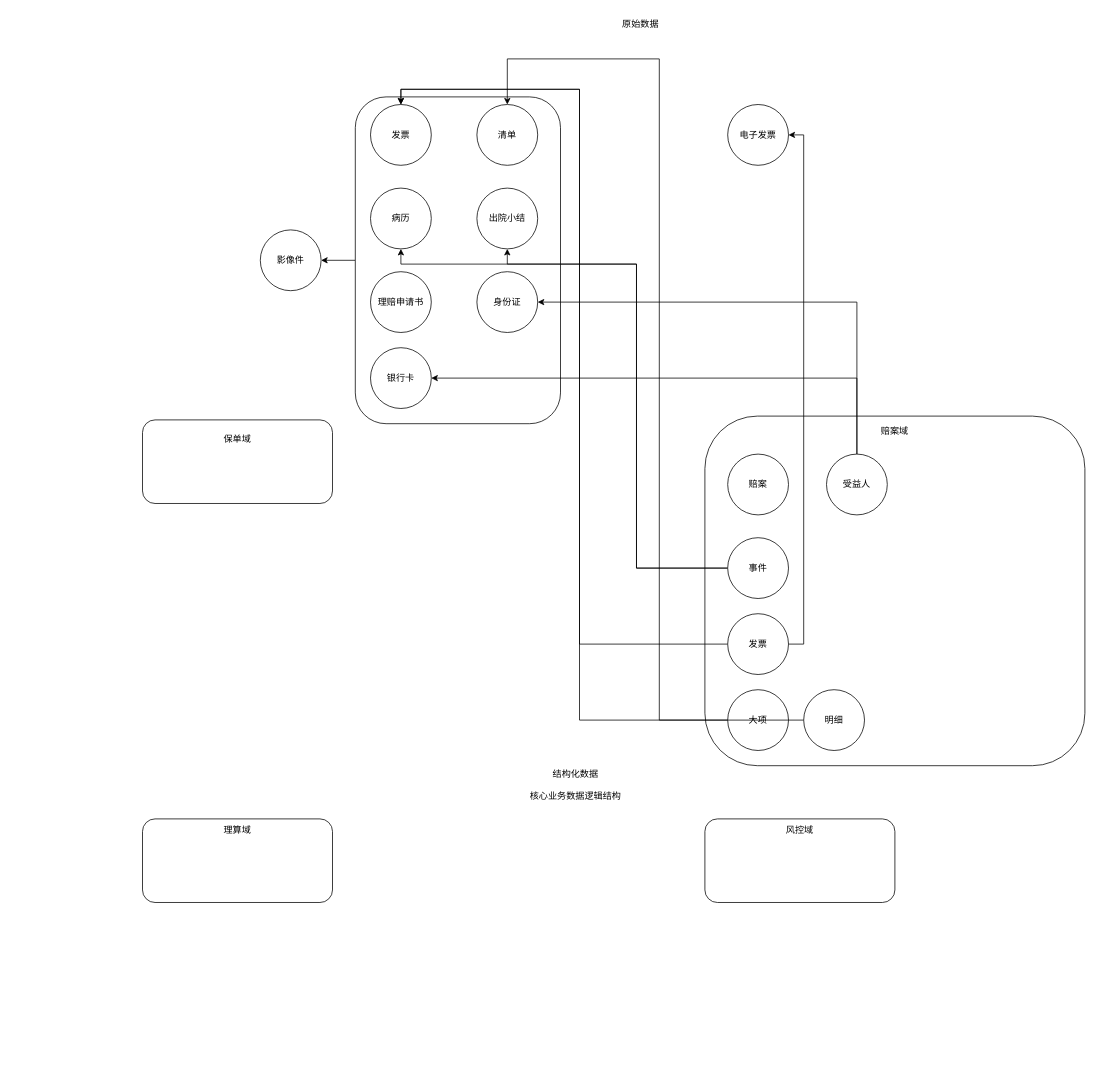
The draw.io diagram 商保全域数据结构.drawio in XiaoLiuAI/diagrams, before the edit. Source tidied: cells renumbered, new cells numbered last; positions are measured from the earlier drawing's top-left corner, leaving out a move shared by most shapes. Both pictures are drawn from the tidied source at 76%, with x=0, y=0 at pixel (142, 13).
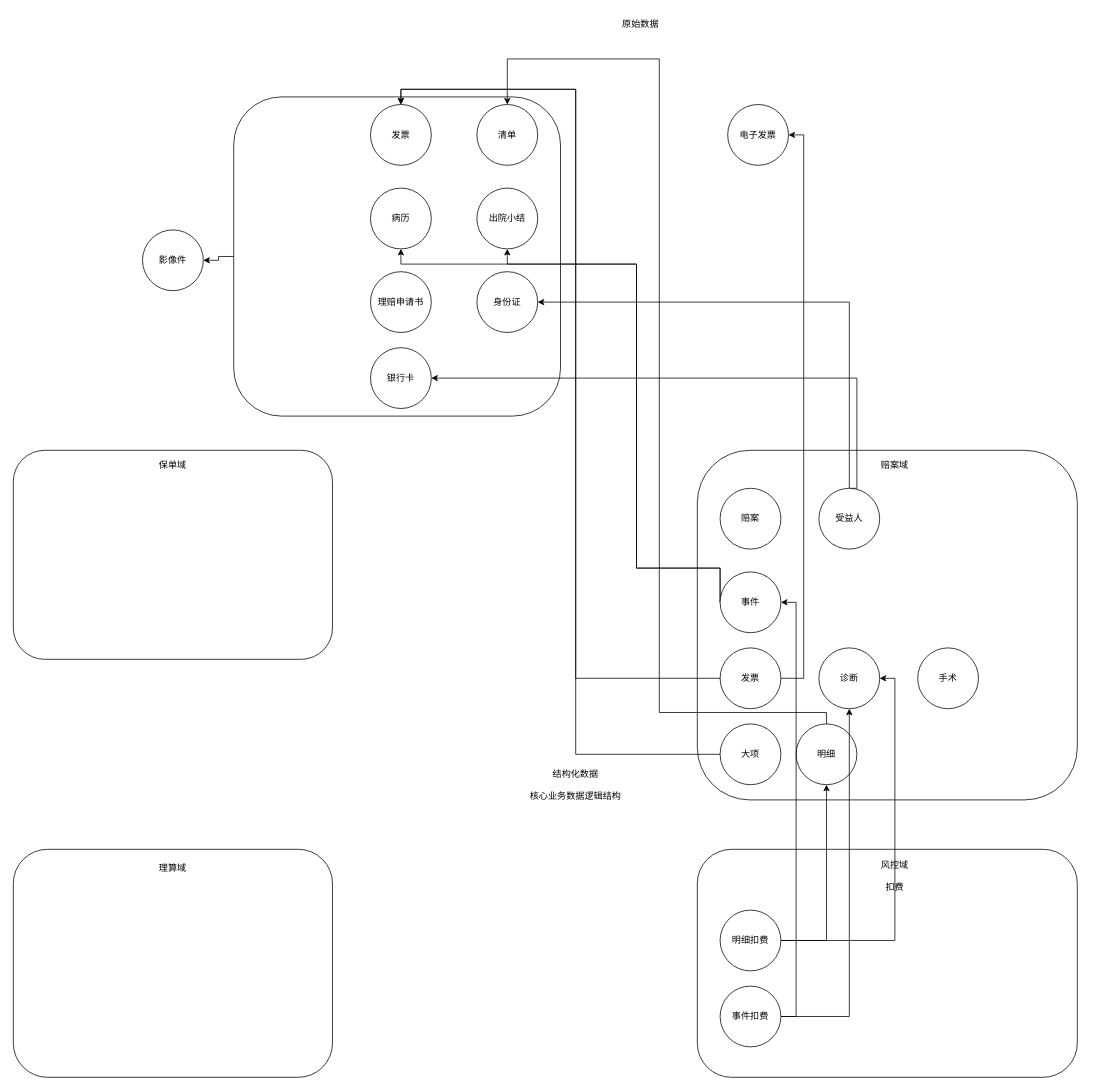
After the change.

Commit message (it also covers changes not shown here):
更新商保全域数据结构.drawio

The change refers to these unchanged cells:
```xml
<mxCell id="11" value="清单" style="ellipse;whiteSpace=wrap;html=1;" parent="1" vertex="1">
  <mxGeometry x="440" y="120" width="80" height="80" as="geometry" />
</mxCell>
```

What changed in the source:
```diff
@@
     <mxCell id="3" style="rounded=1;whiteSpace=wrap;html=1;" parent="1" vertex="1">
-      <mxGeometry x="280" y="110" width="270" height="430" as="geometry" />
+      <mxGeometry x="120" y="110" width="430" height="420" as="geometry" />
     </mxCell>
@@
     <mxCell id="5" style="rounded=1;whiteSpace=wrap;html=1;" parent="1" vertex="1">
-      <mxGeometry y="535" width="250" height="110" as="geometry" />
+      <mxGeometry x="-170" y="575" width="420" height="275" as="geometry" />
     </mxCell>
     <mxCell id="6" value="保单域" style="text;html=1;strokeColor=none;fillColor=none;align=center;verticalAlign=middle;whiteSpace=wrap;rounded=0;" parent="1" vertex="1">
-      <mxGeometry x="95" y="545" width="60" height="30" as="geometry" />
+      <mxGeometry x="10" y="580" width="60" height="30" as="geometry" />
     </mxCell>
     <mxCell id="7" style="rounded=1;whiteSpace=wrap;html=1;" parent="1" vertex="1">
-      <mxGeometry x="740" y="530" width="500" height="460" as="geometry" />
+      <mxGeometry x="730" y="575" width="500" height="460" as="geometry" />
     </mxCell>
     <mxCell id="8" value="赔案域" style="text;html=1;strokeColor=none;fillColor=none;align=center;verticalAlign=middle;whiteSpace=wrap;rounded=0;" parent="1" vertex="1">
-      <mxGeometry x="960" y="535" width="60" height="30" as="geometry" />
+      <mxGeometry x="960" y="580" width="60" height="30" as="geometry" />
     </mxCell>
@@
     <mxCell id="15" style="rounded=1;whiteSpace=wrap;html=1;" parent="1" vertex="1">
-      <mxGeometry y="1060" width="250" height="110" as="geometry" />
+      <mxGeometry x="-170" y="1100" width="420" height="300" as="geometry" />
     </mxCell>
     <mxCell id="16" value="理算域" style="text;html=1;strokeColor=none;fillColor=none;align=center;verticalAlign=middle;whiteSpace=wrap;rounded=0;" parent="1" vertex="1">
-      <mxGeometry x="95" y="1060" width="60" height="30" as="geometry" />
+      <mxGeometry x="10" y="1110" width="60" height="30" as="geometry" />
     </mxCell>
     <mxCell id="17" style="rounded=1;whiteSpace=wrap;html=1;" parent="1" vertex="1">
-      <mxGeometry x="740" y="1060" width="250" height="110" as="geometry" />
+      <mxGeometry x="730" y="1100" width="500" height="300" as="geometry" />
     </mxCell>
-    <mxCell id="18" value="风控域" style="text;html=1;strokeColor=none;fillColor=none;align=center;verticalAlign=middle;whiteSpace=wrap;rounded=0;" parent="1" vertex="1">
-      <mxGeometry x="835" y="1060" width="60" height="30" as="geometry" />
+    <mxCell id="18" value="风控域&lt;br&gt;&lt;br&gt;扣费" style="text;html=1;strokeColor=none;fillColor=none;align=center;verticalAlign=middle;whiteSpace=wrap;rounded=0;" parent="1" vertex="1">
+      <mxGeometry x="960" y="1120" width="60" height="30" as="geometry" />
     </mxCell>
     <mxCell id="19" value="赔案" style="ellipse;whiteSpace=wrap;html=1;" parent="1" vertex="1">
-      <mxGeometry x="770" y="580" width="80" height="80" as="geometry" />
+      <mxGeometry x="760" y="625" width="80" height="80" as="geometry" />
     </mxCell>
@@
     <mxCell id="22" value="事件" style="ellipse;whiteSpace=wrap;html=1;" parent="1" vertex="1">
-      <mxGeometry x="770" y="690" width="80" height="80" as="geometry" />
+      <mxGeometry x="760" y="735" width="80" height="80" as="geometry" />
     </mxCell>
@@
     <mxCell id="28" value="发票" style="ellipse;whiteSpace=wrap;html=1;" parent="1" vertex="1">
-      <mxGeometry x="770" y="790" width="80" height="80" as="geometry" />
+      <mxGeometry x="760" y="835" width="80" height="80" as="geometry" />
     </mxCell>
@@
     <mxCell id="30" value="大项" style="ellipse;whiteSpace=wrap;html=1;" parent="1" vertex="1">
-      <mxGeometry x="770" y="890" width="80" height="80" as="geometry" />
+      <mxGeometry x="760" y="935" width="80" height="80" as="geometry" />
     </mxCell>
-    <mxCell id="31" style="edgeStyle=orthogonalEdgeStyle;rounded=0;jettySize=auto;html=1;exitX=0;exitY=0.5;exitDx=0;exitDy=0;entryX=0.5;entryY=0;entryDx=0;entryDy=0;" parent="1" edge="1" source="32" target="11">
+    <mxCell id="31" style="edgeStyle=orthogonalEdgeStyle;rounded=0;jettySize=auto;html=1;exitX=0.5;exitY=0;exitDx=0;exitDy=0;entryX=0.5;entryY=0;entryDx=0;entryDy=0;" parent="1" edge="1" source="32" target="11">
       <mxGeometry relative="1" as="geometry">
         <Array as="points">
-          <mxPoint x="680" y="930" />
+          <mxPoint x="900" y="920" />
+          <mxPoint x="680" y="920" />
           <mxPoint x="680" y="60" />
           <mxPoint x="480" y="60" />
         </Array>
       </mxGeometry>
     </mxCell>
     <mxCell id="32" value="明细" style="ellipse;whiteSpace=wrap;html=1;" parent="1" vertex="1">
-      <mxGeometry x="870" y="890" width="80" height="80" as="geometry" />
+      <mxGeometry x="860" y="935" width="80" height="80" as="geometry" />
     </mxCell>
@@
     <mxCell id="35" value="受益人" style="ellipse;whiteSpace=wrap;html=1;" parent="1" vertex="1">
-      <mxGeometry x="900" y="580" width="80" height="80" as="geometry" />
+      <mxGeometry x="890" y="625" width="80" height="80" as="geometry" />
     </mxCell>
     <mxCell id="36" value="影像件" style="ellipse;whiteSpace=wrap;html=1;" parent="1" vertex="1">
-      <mxGeometry x="155" y="285" width="80" height="80" as="geometry" />
+      <mxGeometry y="285" width="80" height="80" as="geometry" />
     </mxCell>
+    <mxCell id="37" style="edgeStyle=orthogonalEdgeStyle;rounded=0;jettySize=auto;html=1;exitX=1;exitY=0.5;exitDx=0;exitDy=0;entryX=0.5;entryY=1;entryDx=0;entryDy=0;" parent="1" edge="1" source="39" target="32">
+      <mxGeometry relative="1" as="geometry" />
+    </mxCell>
+    <mxCell id="38" style="edgeStyle=orthogonalEdgeStyle;rounded=0;jettySize=auto;html=1;exitX=1;exitY=0.5;exitDx=0;exitDy=0;entryX=1;entryY=0.5;entryDx=0;entryDy=0;" parent="1" edge="1" source="39" target="40">
+      <mxGeometry relative="1" as="geometry" />
+    </mxCell>
+    <mxCell id="39" value="明细扣费" style="ellipse;whiteSpace=wrap;html=1;" parent="1" vertex="1">
+      <mxGeometry x="760" y="1180" width="80" height="80" as="geometry" />
+    </mxCell>
+    <mxCell id="40" value="诊断" style="ellipse;whiteSpace=wrap;html=1;" parent="1" vertex="1">
+      <mxGeometry x="890" y="835" width="80" height="80" as="geometry" />
+    </mxCell>
+    <mxCell id="41" value="手术" style="ellipse;whiteSpace=wrap;html=1;" parent="1" vertex="1">
+      <mxGeometry x="1020" y="835" width="80" height="80" as="geometry" />
+    </mxCell>
+    <mxCell id="42" style="edgeStyle=orthogonalEdgeStyle;rounded=0;jettySize=auto;html=1;exitX=1;exitY=0.5;exitDx=0;exitDy=0;entryX=0.5;entryY=1;entryDx=0;entryDy=0;" parent="1" edge="1" source="44" target="40">
+      <mxGeometry relative="1" as="geometry" />
+    </mxCell>
+    <mxCell id="43" style="edgeStyle=orthogonalEdgeStyle;rounded=0;jettySize=auto;html=1;exitX=1;exitY=0.5;exitDx=0;exitDy=0;entryX=1;entryY=0.5;entryDx=0;entryDy=0;" parent="1" edge="1" source="44" target="22">
+      <mxGeometry relative="1" as="geometry" />
+    </mxCell>
+    <mxCell id="44" value="事件扣费" style="ellipse;whiteSpace=wrap;html=1;" parent="1" vertex="1">
+      <mxGeometry x="760" y="1280" width="80" height="80" as="geometry" />
+    </mxCell>
```
